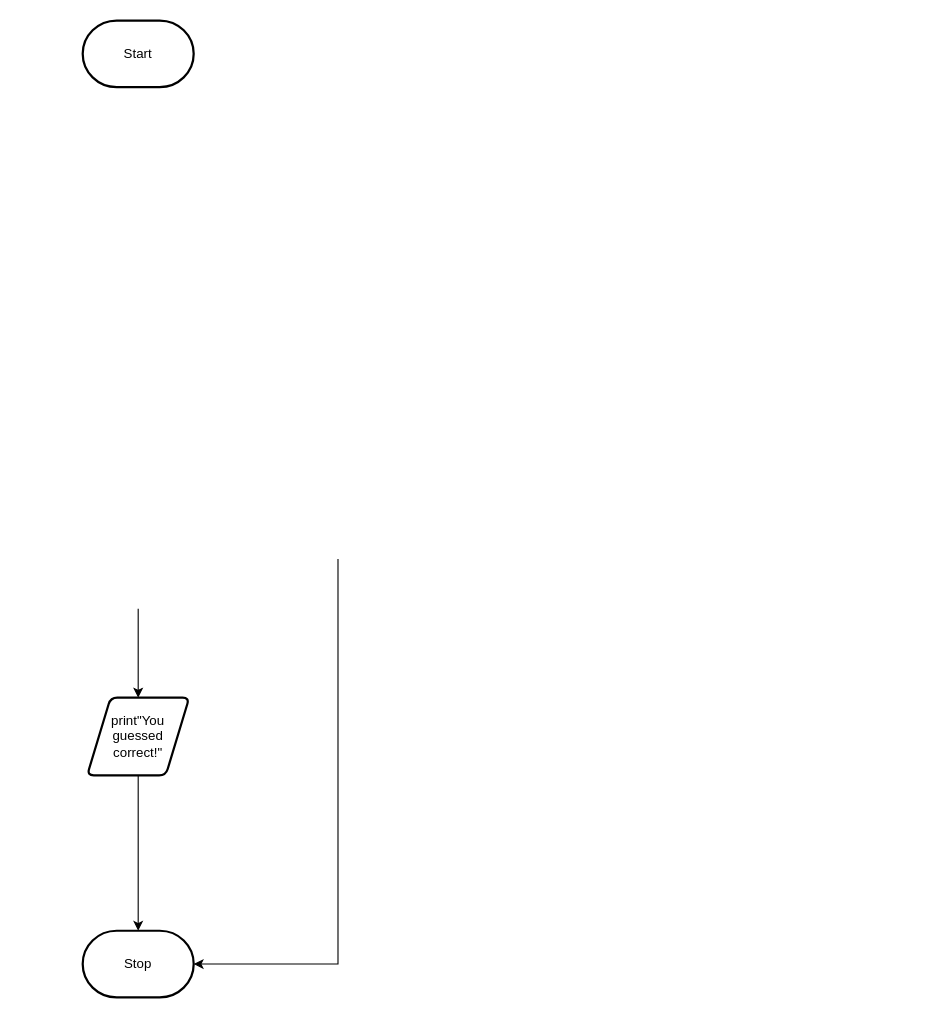
The draw.io diagram flowchart.drawio in michael-clermont1/ICS3U-Unit4-06-Python, before the edit. Source tidied: cells renumbered, new cells numbered last; positions are measured from the earlier drawing's top-left corner, leaving out a move shared by most shapes. Both pictures are drawn from the tidied source at 111%, with x=0, y=0 at pixel (82, 20).
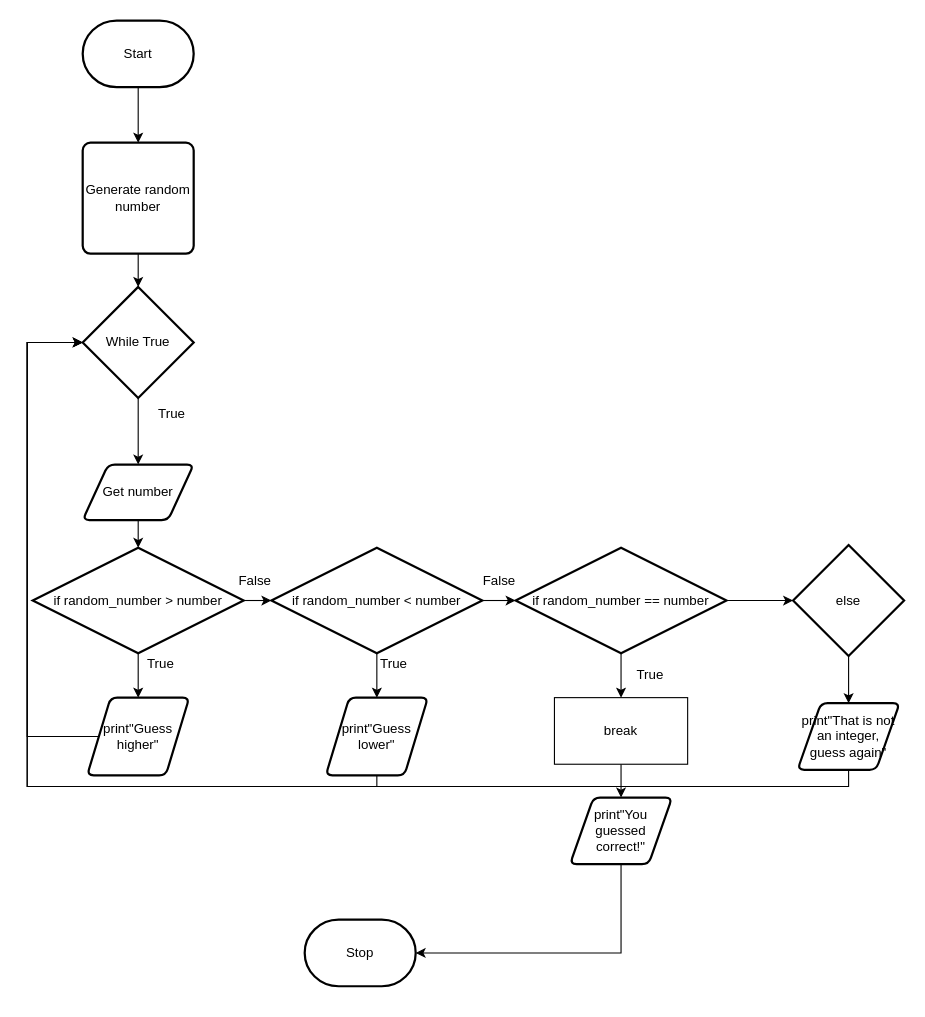
The same page after the edit.

The change refers to these unchanged cells:
```xml
<mxCell id="2" value="Start" style="strokeWidth=2;html=1;shape=mxgraph.flowchart.terminator;whiteSpace=wrap;" parent="1" vertex="1">
  <mxGeometry width="100" height="60" as="geometry" />
</mxCell>
```

What changed in the source:
```diff
@@
+    <mxCell id="8" style="edgeStyle=orthogonalEdgeStyle;rounded=0;html=1;entryX=0.5;entryY=0;entryDx=0;entryDy=0;entryPerimeter=0;" parent="1" edge="1" source="9" target="18">
+      <mxGeometry relative="1" as="geometry" />
+    </mxCell>
+    <mxCell id="9" value="Get number" style="shape=parallelogram;html=1;strokeWidth=2;perimeter=parallelogramPerimeter;whiteSpace=wrap;rounded=1;arcSize=12;size=0.23;" parent="1" vertex="1">
+      <mxGeometry y="400" width="100" height="50" as="geometry" />
+    </mxCell>
+    <mxCell id="10" style="edgeStyle=orthogonalEdgeStyle;rounded=0;html=1;entryX=0.5;entryY=0;entryDx=0;entryDy=0;" parent="1" edge="1" source="2" target="13">
+      <mxGeometry relative="1" as="geometry" />
+    </mxCell>
@@
     <mxCell id="3" value="Stop" style="strokeWidth=2;html=1;shape=mxgraph.flowchart.terminator;whiteSpace=wrap;" parent="1" vertex="1">
-      <mxGeometry y="820" width="100" height="60" as="geometry" />
+      <mxGeometry x="200" y="810" width="100" height="60" as="geometry" />
     </mxCell>
-    <mxCell id="4" style="edgeStyle=orthogonalEdgeStyle;rounded=0;html=1;entryX=0.5;entryY=0;entryDx=0;entryDy=0;entryPerimeter=0;" parent="1" edge="1" source="5" target="3">
-      <mxGeometry relative="1" as="geometry" />
-    </mxCell>
+    <mxCell id="11" style="edgeStyle=orthogonalEdgeStyle;rounded=0;html=1;entryX=0;entryY=0.5;entryDx=0;entryDy=0;entryPerimeter=0;" parent="1" edge="1" source="5" target="15">
+      <mxGeometry relative="1" as="geometry">
+        <Array as="points">
+          <mxPoint x="-50" y="645" />
+          <mxPoint x="-50" y="290" />
+        </Array>
+      </mxGeometry>
+    </mxCell>
-    <mxCell id="5" value="print&quot;You guessed correct!&quot;" style="shape=parallelogram;html=1;strokeWidth=2;perimeter=parallelogramPerimeter;whiteSpace=wrap;rounded=1;arcSize=12;size=0.23;" parent="1" vertex="1">
+    <mxCell id="5" value="print&quot;Guess higher&quot;" style="shape=parallelogram;html=1;strokeWidth=2;perimeter=parallelogramPerimeter;whiteSpace=wrap;rounded=1;arcSize=12;size=0.23;" parent="1" vertex="1">
       <mxGeometry x="4" y="610" width="92" height="70" as="geometry" />
     </mxCell>
-    <mxCell id="6" style="edgeStyle=orthogonalEdgeStyle;rounded=0;html=1;entryX=1;entryY=0.5;entryDx=0;entryDy=0;entryPerimeter=0;" parent="1" edge="1" target="3">
-      <mxGeometry relative="1" as="geometry">
-        <mxPoint x="230" y="485" as="sourcePoint" />
-        <Array as="points">
-          <mxPoint x="230" y="850" />
-        </Array>
-      </mxGeometry>
-    </mxCell>
-    <mxCell id="7" style="edgeStyle=none;html=1;entryX=0.5;entryY=0;entryDx=0;entryDy=0;" parent="1" edge="1" target="5">
-      <mxGeometry relative="1" as="geometry">
-        <mxPoint x="50" y="530" as="sourcePoint" />
-      </mxGeometry>
-    </mxCell>
+    <mxCell id="12" style="edgeStyle=orthogonalEdgeStyle;rounded=0;html=1;entryX=0.5;entryY=0;entryDx=0;entryDy=0;entryPerimeter=0;" parent="1" edge="1" source="13" target="15">
+      <mxGeometry relative="1" as="geometry" />
+    </mxCell>
+    <mxCell id="13" value="Generate random number" style="rounded=1;whiteSpace=wrap;html=1;absoluteArcSize=1;arcSize=14;strokeWidth=2;" parent="1" vertex="1">
+      <mxGeometry y="110" width="100" height="100" as="geometry" />
+    </mxCell>
+    <mxCell id="14" style="edgeStyle=orthogonalEdgeStyle;rounded=0;html=1;entryX=0.5;entryY=0;entryDx=0;entryDy=0;" parent="1" edge="1" source="15" target="9">
+      <mxGeometry relative="1" as="geometry" />
+    </mxCell>
+    <mxCell id="15" value="While True" style="strokeWidth=2;html=1;shape=mxgraph.flowchart.decision;whiteSpace=wrap;" parent="1" vertex="1">
+      <mxGeometry y="240" width="100" height="100" as="geometry" />
+    </mxCell>
+    <mxCell id="16" style="edgeStyle=orthogonalEdgeStyle;rounded=0;html=1;entryX=0.5;entryY=0;entryDx=0;entryDy=0;" parent="1" edge="1" source="18" target="5">
+      <mxGeometry relative="1" as="geometry" />
+    </mxCell>
+    <mxCell id="17" style="edgeStyle=orthogonalEdgeStyle;rounded=0;html=1;exitX=1;exitY=0.5;exitDx=0;exitDy=0;exitPerimeter=0;entryX=0;entryY=0.5;entryDx=0;entryDy=0;entryPerimeter=0;" parent="1" edge="1" source="18" target="21">
+      <mxGeometry relative="1" as="geometry" />
+    </mxCell>
+    <mxCell id="18" value="if random_number &amp;gt; number" style="strokeWidth=2;html=1;shape=mxgraph.flowchart.decision;whiteSpace=wrap;" parent="1" vertex="1">
+      <mxGeometry x="-45" y="475" width="190" height="95" as="geometry" />
+    </mxCell>
+    <mxCell id="19" style="edgeStyle=orthogonalEdgeStyle;rounded=0;html=1;entryX=0.5;entryY=0;entryDx=0;entryDy=0;" parent="1" edge="1" source="21" target="23">
+      <mxGeometry relative="1" as="geometry" />
+    </mxCell>
+    <mxCell id="20" style="edgeStyle=orthogonalEdgeStyle;rounded=0;html=1;entryX=0;entryY=0.5;entryDx=0;entryDy=0;entryPerimeter=0;" parent="1" edge="1" source="21" target="29">
+      <mxGeometry relative="1" as="geometry" />
+    </mxCell>
+    <mxCell id="21" value="if random_number &amp;lt; number" style="strokeWidth=2;html=1;shape=mxgraph.flowchart.decision;whiteSpace=wrap;" parent="1" vertex="1">
+      <mxGeometry x="170" y="475" width="190" height="95" as="geometry" />
+    </mxCell>
+    <mxCell id="22" style="edgeStyle=orthogonalEdgeStyle;rounded=0;html=1;entryX=0;entryY=0.5;entryDx=0;entryDy=0;entryPerimeter=0;" parent="1" edge="1" source="23" target="15">
+      <mxGeometry relative="1" as="geometry">
+        <Array as="points">
+          <mxPoint x="265" y="690" />
+          <mxPoint x="-50" y="690" />
+          <mxPoint x="-50" y="290" />
+        </Array>
+      </mxGeometry>
+    </mxCell>
+    <mxCell id="23" value="print&quot;Guess lower&quot;" style="shape=parallelogram;html=1;strokeWidth=2;perimeter=parallelogramPerimeter;whiteSpace=wrap;rounded=1;arcSize=12;size=0.23;" parent="1" vertex="1">
+      <mxGeometry x="219" y="610" width="92" height="70" as="geometry" />
+    </mxCell>
+    <mxCell id="24" value="True" style="text;html=1;align=center;verticalAlign=middle;fillColor=none;strokeColor=none;rounded=0;" parent="1" vertex="1">
+      <mxGeometry x="260" y="570" width="40" height="20" as="geometry" />
+    </mxCell>
+    <mxCell id="25" value="True" style="text;html=1;align=center;verticalAlign=middle;fillColor=none;strokeColor=none;rounded=0;" parent="1" vertex="1">
+      <mxGeometry x="60" y="345" width="40" height="20" as="geometry" />
+    </mxCell>
+    <mxCell id="26" value="False" style="text;html=1;align=center;verticalAlign=middle;fillColor=none;strokeColor=none;rounded=0;" parent="1" vertex="1">
+      <mxGeometry x="130" y="495" width="50" height="20" as="geometry" />
+    </mxCell>
+    <mxCell id="27" style="edgeStyle=orthogonalEdgeStyle;rounded=0;html=1;entryX=0.5;entryY=0;entryDx=0;entryDy=0;" parent="1" edge="1" source="29" target="36">
+      <mxGeometry relative="1" as="geometry" />
+    </mxCell>
+    <mxCell id="28" style="edgeStyle=orthogonalEdgeStyle;rounded=0;html=1;entryX=0;entryY=0.5;entryDx=0;entryDy=0;entryPerimeter=0;" parent="1" edge="1" source="29" target="38">
+      <mxGeometry relative="1" as="geometry" />
+    </mxCell>
+    <mxCell id="29" value="if random_number == number" style="strokeWidth=2;html=1;shape=mxgraph.flowchart.decision;whiteSpace=wrap;" parent="1" vertex="1">
+      <mxGeometry x="390" y="475" width="190" height="95" as="geometry" />
+    </mxCell>
+    <mxCell id="30" value="True" style="text;html=1;align=center;verticalAlign=middle;fillColor=none;strokeColor=none;rounded=0;" parent="1" vertex="1">
+      <mxGeometry x="50" y="570" width="40" height="20" as="geometry" />
+    </mxCell>
+    <mxCell id="31" style="edgeStyle=orthogonalEdgeStyle;rounded=0;html=1;entryX=1;entryY=0.5;entryDx=0;entryDy=0;entryPerimeter=0;" parent="1" edge="1" source="32" target="3">
+      <mxGeometry relative="1" as="geometry">
+        <Array as="points">
+          <mxPoint x="485" y="840" />
+        </Array>
+      </mxGeometry>
+    </mxCell>
+    <mxCell id="32" value="print&quot;You guessed correct!&quot;" style="shape=parallelogram;html=1;strokeWidth=2;perimeter=parallelogramPerimeter;whiteSpace=wrap;rounded=1;arcSize=12;size=0.23;" parent="1" vertex="1">
+      <mxGeometry x="439" y="700" width="92" height="60" as="geometry" />
+    </mxCell>
+    <mxCell id="33" value="False" style="text;html=1;align=center;verticalAlign=middle;fillColor=none;strokeColor=none;rounded=0;" parent="1" vertex="1">
+      <mxGeometry x="350" y="495" width="50" height="20" as="geometry" />
+    </mxCell>
+    <mxCell id="34" value="True" style="text;html=1;align=center;verticalAlign=middle;fillColor=none;strokeColor=none;rounded=0;" parent="1" vertex="1">
+      <mxGeometry x="491" y="580" width="40" height="20" as="geometry" />
+    </mxCell>
+    <mxCell id="35" style="edgeStyle=orthogonalEdgeStyle;rounded=0;html=1;entryX=0.5;entryY=0;entryDx=0;entryDy=0;" parent="1" edge="1" source="36" target="32">
+      <mxGeometry relative="1" as="geometry" />
+    </mxCell>
+    <mxCell id="36" value="break" style="rounded=0;whiteSpace=wrap;html=1;" parent="1" vertex="1">
+      <mxGeometry x="425" y="610" width="120" height="60" as="geometry" />
+    </mxCell>
+    <mxCell id="37" style="edgeStyle=orthogonalEdgeStyle;rounded=0;html=1;entryX=0.5;entryY=0;entryDx=0;entryDy=0;" parent="1" edge="1" source="38" target="40">
+      <mxGeometry relative="1" as="geometry" />
+    </mxCell>
+    <mxCell id="38" value="else" style="strokeWidth=2;html=1;shape=mxgraph.flowchart.decision;whiteSpace=wrap;" parent="1" vertex="1">
+      <mxGeometry x="640" y="472.5" width="100" height="100" as="geometry" />
+    </mxCell>
+    <mxCell id="39" style="edgeStyle=orthogonalEdgeStyle;rounded=0;html=1;entryX=0;entryY=0.5;entryDx=0;entryDy=0;entryPerimeter=0;" parent="1" edge="1" source="40" target="15">
+      <mxGeometry relative="1" as="geometry">
+        <Array as="points">
+          <mxPoint x="690" y="690" />
+          <mxPoint x="-50" y="690" />
+          <mxPoint x="-50" y="290" />
+        </Array>
+      </mxGeometry>
+    </mxCell>
+    <mxCell id="40" value="print&quot;That is not an integer, guess again&quot;" style="shape=parallelogram;html=1;strokeWidth=2;perimeter=parallelogramPerimeter;whiteSpace=wrap;rounded=1;arcSize=12;size=0.23;" parent="1" vertex="1">
+      <mxGeometry x="644" y="615" width="92" height="60" as="geometry" />
+    </mxCell>
```
